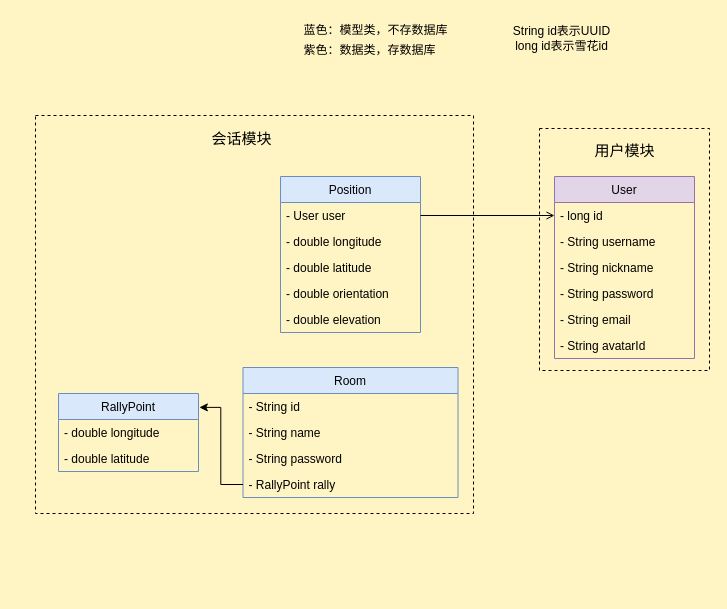
Earlier version of the draw.io diagram page "类图" (1 of 4) of findMe-UML.dio (swsk33/find-me-cloud). Source tidied: cells renumbered, new cells numbered last; positions are measured from the earlier drawing's top-left corner, leaving out a move shared by most shapes. Both pictures are drawn from the tidied source at 100%, with x=0, y=0 at pixel (35, 17).
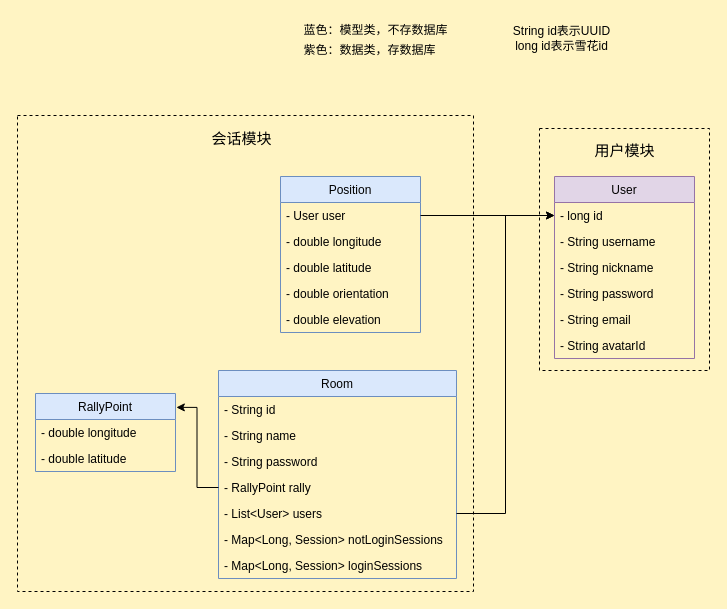
After the change.

Unchanged cells that the change refers to:
```xml
<mxCell id="5" value="- long id" style="text;strokeColor=none;fillColor=none;align=left;verticalAlign=top;spacingLeft=4;spacingRight=4;overflow=hidden;points=[[0,0.5],[1,0.5]];portConstraint=eastwest;" parent="4" vertex="1">
  <mxGeometry y="26" width="140" height="26" as="geometry" />
</mxCell>
<mxCell id="12" value="- User user" style="text;strokeColor=none;fillColor=none;align=left;verticalAlign=top;spacingLeft=4;spacingRight=4;overflow=hidden;points=[[0,0.5],[1,0.5]];portConstraint=eastwest;" parent="11" vertex="1">
  <mxGeometry y="26" width="140" height="26" as="geometry" />
</mxCell>
```

Diff of the diagram source:
```diff
@@
     <mxCell id="2" style="rounded=0;whiteSpace=wrap;html=1;fillColor=none;dashed=1;" parent="1" vertex="1">
-      <mxGeometry y="98" width="438" height="398" as="geometry" />
+      <mxGeometry x="-18" y="98" width="456" height="476" as="geometry" />
     </mxCell>
@@
     <mxCell id="21" value="Room" style="swimlane;fontStyle=0;horizontal=1;startSize=26;fillColor=#dae8fc;strokeColor=#6c8ebf;" parent="1" vertex="1">
-      <mxGeometry x="207.5" y="350" width="215" height="130" as="geometry" />
+      <mxGeometry x="183" y="353" width="238" height="208" as="geometry" />
     </mxCell>
     <mxCell id="22" value="- String id" style="text;strokeColor=none;fillColor=none;align=left;verticalAlign=top;spacingLeft=4;spacingRight=4;overflow=hidden;" parent="21" vertex="1">
-      <mxGeometry y="26" width="215" height="26" as="geometry" />
+      <mxGeometry y="26" width="238" height="26" as="geometry" />
     </mxCell>
     <mxCell id="23" value="- String name" style="text;strokeColor=none;fillColor=none;align=left;verticalAlign=top;spacingLeft=4;spacingRight=4;overflow=hidden;" parent="21" vertex="1">
-      <mxGeometry y="52" width="215" height="26" as="geometry" />
+      <mxGeometry y="52" width="238" height="26" as="geometry" />
     </mxCell>
     <mxCell id="24" value="- String password" style="text;strokeColor=none;fillColor=none;align=left;verticalAlign=top;spacingLeft=4;spacingRight=4;overflow=hidden;" parent="21" vertex="1">
-      <mxGeometry y="78" width="215" height="26" as="geometry" />
+      <mxGeometry y="78" width="238" height="26" as="geometry" />
     </mxCell>
     <mxCell id="25" value="- RallyPoint rally" style="text;strokeColor=none;fillColor=none;align=left;verticalAlign=top;spacingLeft=4;spacingRight=4;overflow=hidden;points=[[0,0.5],[1,0.5]];portConstraint=eastwest;" parent="21" vertex="1">
-      <mxGeometry y="104" width="215" height="26" as="geometry" />
+      <mxGeometry y="104" width="238" height="26" as="geometry" />
     </mxCell>
+    <mxCell id="33" value="- List&lt;User&gt; users" style="text;strokeColor=none;fillColor=none;align=left;verticalAlign=top;spacingLeft=4;spacingRight=4;overflow=hidden;points=[[0,0.5],[1,0.5]];portConstraint=eastwest;" parent="21" vertex="1">
+      <mxGeometry y="130" width="238" height="26" as="geometry" />
+    </mxCell>
+    <mxCell id="34" value="- Map&lt;Long, Session&gt; notLoginSessions" style="text;strokeColor=none;fillColor=none;align=left;verticalAlign=top;spacingLeft=4;spacingRight=4;overflow=hidden;" parent="21" vertex="1">
+      <mxGeometry y="156" width="238" height="26" as="geometry" />
+    </mxCell>
+    <mxCell id="35" value="- Map&lt;Long, Session&gt; loginSessions" style="text;strokeColor=none;fillColor=none;align=left;verticalAlign=top;spacingLeft=4;spacingRight=4;overflow=hidden;" parent="21" vertex="1">
+      <mxGeometry y="182" width="238" height="26" as="geometry" />
+    </mxCell>
-    <mxCell id="26" style="edgeStyle=orthogonalEdgeStyle;rounded=0;jettySize=auto;html=1;exitX=1;exitY=0.5;exitDx=0;exitDy=0;entryX=0;entryY=0.5;entryDx=0;entryDy=0;endArrow=open;endFill=0;" parent="1" edge="1" source="12" target="5">
+    <mxCell id="26" style="edgeStyle=orthogonalEdgeStyle;rounded=0;jettySize=auto;html=1;exitX=1;exitY=0.5;exitDx=0;exitDy=0;entryX=0;entryY=0.5;entryDx=0;entryDy=0;endArrow=classic;endFill=1;" parent="1" edge="1" source="12" target="5">
       <mxGeometry relative="1" as="geometry" />
     </mxCell>
@@
     <mxCell id="29" value="RallyPoint" style="swimlane;fontStyle=0;horizontal=1;startSize=26;fillColor=#dae8fc;strokeColor=#6c8ebf;" parent="1" vertex="1">
-      <mxGeometry x="23" y="376" width="140" height="78" as="geometry" />
+      <mxGeometry y="376" width="140" height="78" as="geometry" />
     </mxCell>
@@
+    <mxCell id="36" style="edgeStyle=orthogonalEdgeStyle;rounded=0;jettySize=auto;html=1;exitX=1;exitY=0.5;exitDx=0;exitDy=0;entryX=0;entryY=0.5;entryDx=0;entryDy=0;" parent="1" edge="1" source="33" target="5">
+      <mxGeometry relative="1" as="geometry" />
+    </mxCell>
```
